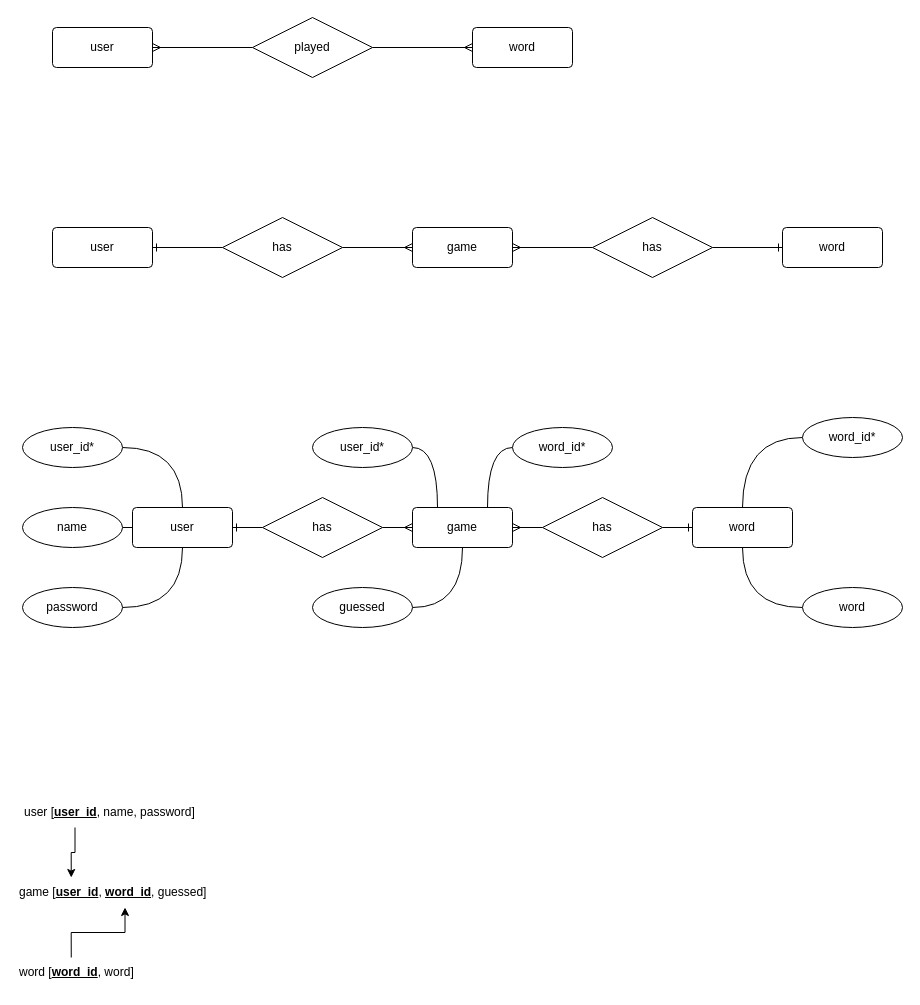
Earlier version of the draw.io diagram page "ERD" (5 of 5) of scenario/scenario.drawio (DamoM73/digital-solutions-text). Source tidied: cells renumbered, new cells numbered last; positions are measured from the earlier drawing's top-left corner, leaving out a move shared by most shapes. Both pictures are drawn from the tidied source at 100%, with x=0, y=0 at pixel (17, 17).
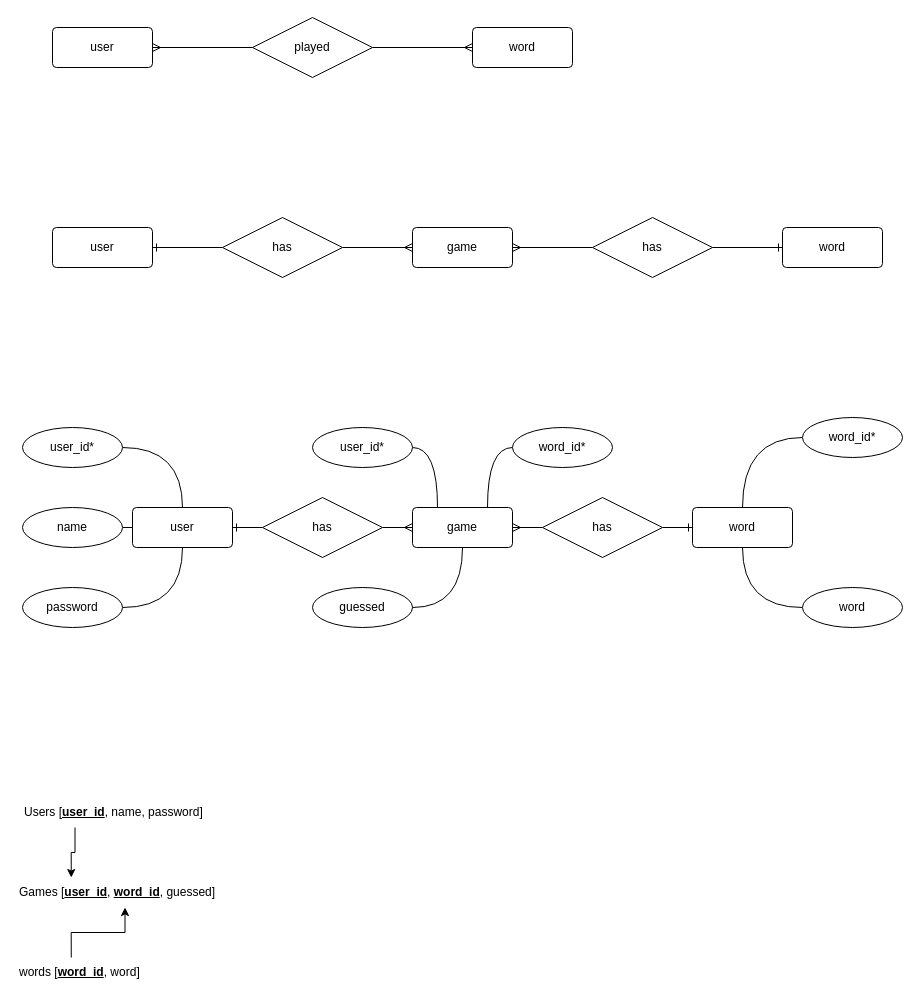
Above is the later version.

Diff of the diagram source:
```diff
@@
-    <mxCell id="42" value="user [&lt;b&gt;&lt;u&gt;user_id&lt;/u&gt;&lt;/b&gt;, name, password]" style="text;html=1;strokeColor=none;fillColor=none;align=left;verticalAlign=middle;whiteSpace=wrap;rounded=0;" parent="1" vertex="1">
+    <mxCell id="42" value="Users [&lt;b&gt;&lt;u&gt;user_id&lt;/u&gt;&lt;/b&gt;, name, password]" style="text;html=1;strokeColor=none;fillColor=none;align=left;verticalAlign=middle;whiteSpace=wrap;rounded=0;" parent="1" vertex="1">
       <mxGeometry x="5" y="780" width="210" height="30" as="geometry" />
     </mxCell>
-    <mxCell id="43" value="game [&lt;b&gt;&lt;u&gt;user_id&lt;/u&gt;&lt;/b&gt;, &lt;b&gt;&lt;u&gt;word_id&lt;/u&gt;&lt;/b&gt;, guessed]" style="text;html=1;strokeColor=none;fillColor=none;align=left;verticalAlign=middle;whiteSpace=wrap;rounded=0;" parent="1" vertex="1">
+    <mxCell id="43" value="Games [&lt;b&gt;&lt;u&gt;user_id&lt;/u&gt;&lt;/b&gt;, &lt;b&gt;&lt;u&gt;word_id&lt;/u&gt;&lt;/b&gt;, guessed]" style="text;html=1;strokeColor=none;fillColor=none;align=left;verticalAlign=middle;whiteSpace=wrap;rounded=0;" parent="1" vertex="1">
       <mxGeometry y="860" width="215" height="30" as="geometry" />
     </mxCell>
@@
-    <mxCell id="45" value="word [&lt;u&gt;&lt;b&gt;word_id&lt;/b&gt;&lt;/u&gt;, word]" style="text;html=1;strokeColor=none;fillColor=none;align=left;verticalAlign=middle;whiteSpace=wrap;rounded=0;" parent="1" vertex="1">
+    <mxCell id="45" value="words [&lt;u&gt;&lt;b&gt;word_id&lt;/b&gt;&lt;/u&gt;, word]" style="text;html=1;strokeColor=none;fillColor=none;align=left;verticalAlign=middle;whiteSpace=wrap;rounded=0;" parent="1" vertex="1">
       <mxGeometry y="940" width="215" height="30" as="geometry" />
     </mxCell>
```
